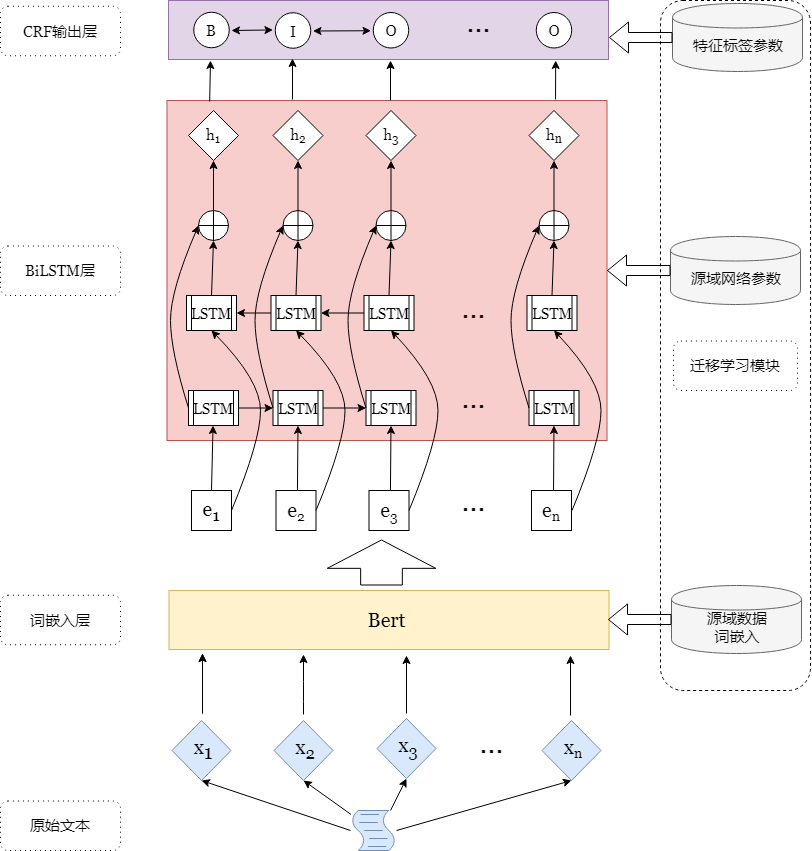
The draw.io diagram Trans-Bert-BiLSTM-CRF-CN.png in yhx123hero/CyberspaceSecurity_NER, before a commit. Source tidied: cells renumbered, new cells last; positions are measured from the earlier drawing's top-left corner, leaving out a move shared by most shapes.
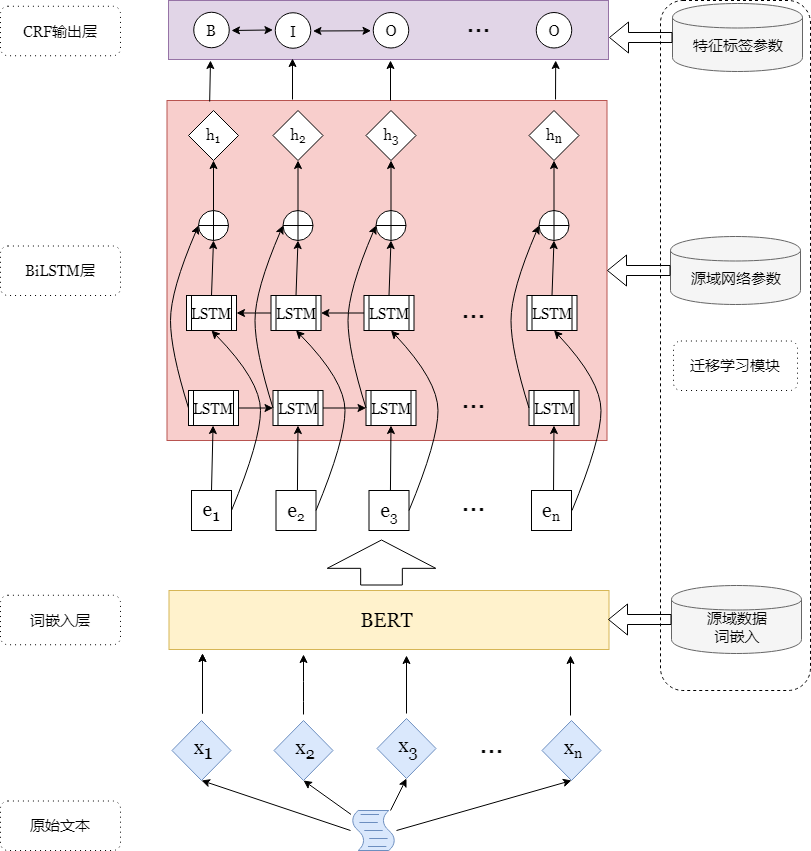
Above is the later version.

The edit, as a diff of the source:
```diff
@@ -95,7 +95,7 @@
         <mxPoint x="570" y="655" as="targetPoint" />
       </mxGeometry>
     </mxCell>
-    <mxCell id="24" value="Bert" style="text;html=1;strokeColor=none;fillColor=none;align=center;verticalAlign=middle;whiteSpace=wrap;rounded=0;labelBackgroundColor=none;fontFamily=Georgia;fontSize=20;" parent="1" vertex="1">
+    <mxCell id="24" value="BERT" style="text;html=1;strokeColor=none;fillColor=none;align=center;verticalAlign=middle;whiteSpace=wrap;rounded=0;labelBackgroundColor=none;fontFamily=Georgia;fontSize=20;" parent="1" vertex="1">
       <mxGeometry x="280.2" y="609" width="212.5" height="20" as="geometry" />
     </mxCell>
     <mxCell id="25" style="whiteSpace=wrap;html=1;labelBackgroundColor=none;fontFamily=Georgia;fontSize=20;" parent="1" vertex="1">
```
